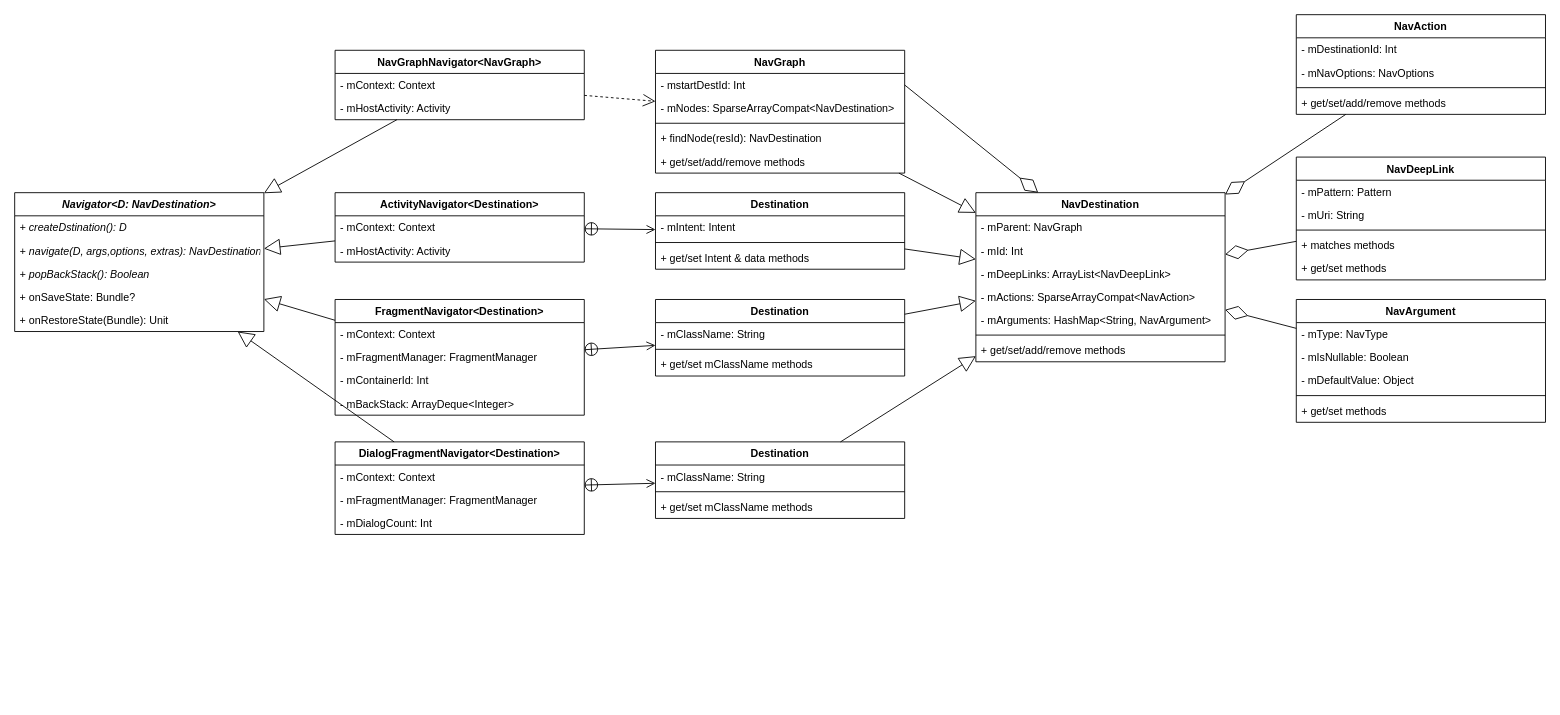
This is Navigation.drawio from Cmdone/Draw.io, a draw.io file, before an edit. Source tidied: cells renumbered, new cells numbered last; positions are measured from the earlier drawing's top-left corner, leaving out a move shared by most shapes. Both pictures are drawn from the tidied source at 89%, with x=0, y=0 at pixel (14, 14).
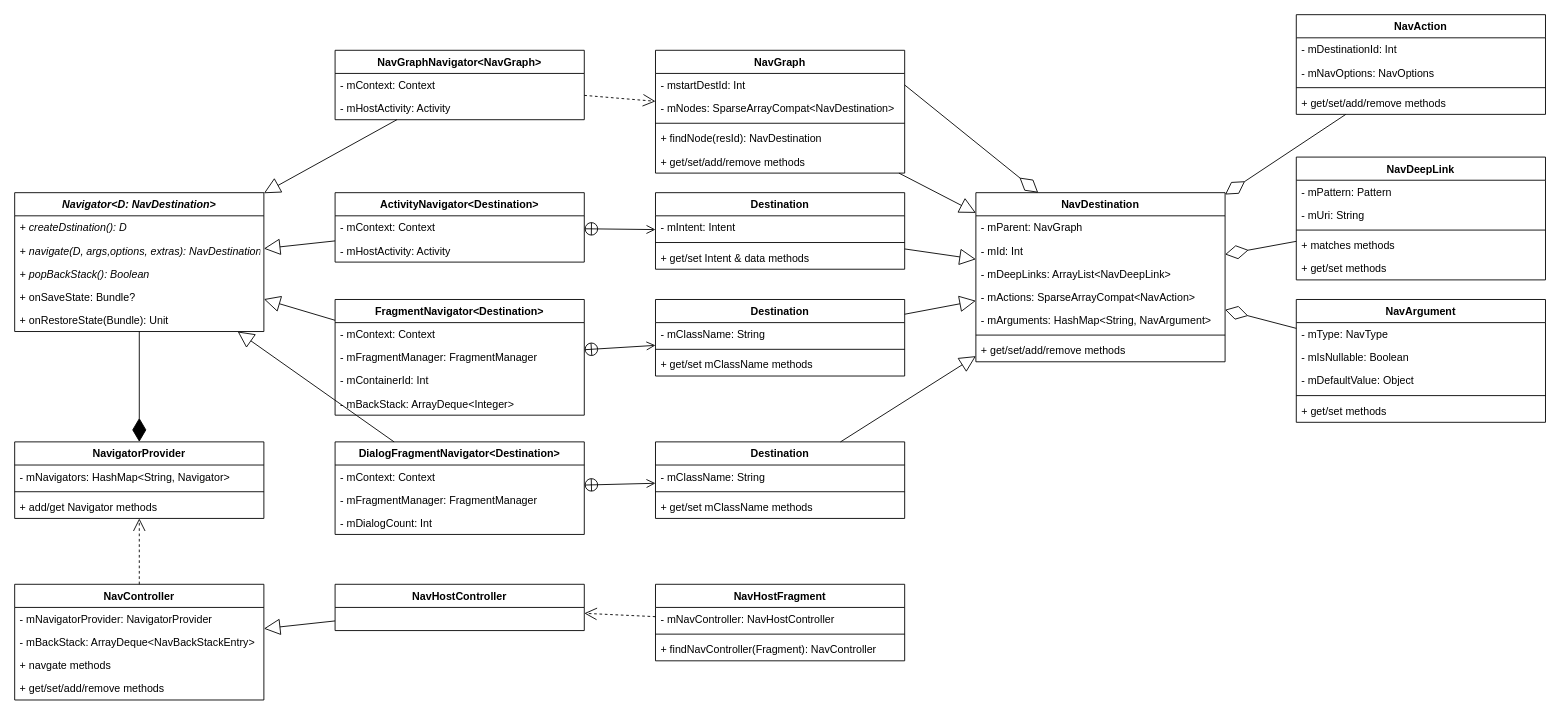
The same page after the edit.

The change refers to these unchanged cells:
```xml
<mxCell id="10" value="Navigator&lt;D: NavDestination&gt;" style="swimlane;fontStyle=3;align=center;verticalAlign=top;horizontal=1;startSize=26;" parent="1" vertex="1">
  <mxGeometry y="200" width="280" height="156" as="geometry" />
</mxCell>
```

Change to the diagram source:
```diff
@@
+    <mxCell id="82" value="NavigatorProvider" style="swimlane;fontStyle=1;align=center;verticalAlign=top;horizontal=1;startSize=26;" parent="1" vertex="1">
+      <mxGeometry y="480" width="280" height="86" as="geometry" />
+    </mxCell>
+    <mxCell id="83" value="- mNavigators: HashMap&lt;String, Navigator&gt;" style="text;strokeColor=none;fillColor=none;align=left;verticalAlign=top;spacingLeft=4;spacingRight=4;overflow=hidden;fontStyle=0;" parent="82" vertex="1">
+      <mxGeometry y="26" width="280" height="26" as="geometry" />
+    </mxCell>
+    <mxCell id="84" style="line;strokeWidth=1;fillColor=none;align=left;verticalAlign=middle;spacingTop=-1;spacingLeft=3;spacingRight=3;labelPosition=right;" parent="82" vertex="1">
+      <mxGeometry y="52" width="280" height="8" as="geometry" />
+    </mxCell>
+    <mxCell id="85" value="+ add/get Navigator methods" style="text;strokeColor=none;fillColor=none;align=left;verticalAlign=top;spacingLeft=4;spacingRight=4;overflow=hidden;fontStyle=0;" parent="82" vertex="1">
+      <mxGeometry y="60" width="280" height="26" as="geometry" />
+    </mxCell>
+    <mxCell id="86" style="endArrow=diamondThin;endFill=1;endSize=24;html=1;" parent="1" edge="1" source="10" target="82">
+      <mxGeometry relative="1" as="geometry" />
+    </mxCell>
+    <mxCell id="87" value="NavController" style="swimlane;fontStyle=1;align=center;verticalAlign=top;horizontal=1;startSize=26;" parent="1" vertex="1">
+      <mxGeometry y="640" width="280" height="130" as="geometry" />
+    </mxCell>
+    <mxCell id="88" value="- mNavigatorProvider: NavigatorProvider" style="text;strokeColor=none;fillColor=none;align=left;verticalAlign=top;spacingLeft=4;spacingRight=4;overflow=hidden;fontStyle=0;" parent="87" vertex="1">
+      <mxGeometry y="26" width="280" height="26" as="geometry" />
+    </mxCell>
+    <mxCell id="89" value="- mBackStack: ArrayDeque&lt;NavBackStackEntry&gt;" style="text;strokeColor=none;fillColor=none;align=left;verticalAlign=top;spacingLeft=4;spacingRight=4;overflow=hidden;fontStyle=0;" parent="87" vertex="1">
+      <mxGeometry y="52" width="280" height="26" as="geometry" />
+    </mxCell>
+    <mxCell id="90" value="+ navgate methods" style="text;strokeColor=none;fillColor=none;align=left;verticalAlign=top;spacingLeft=4;spacingRight=4;overflow=hidden;fontStyle=0;" parent="87" vertex="1">
+      <mxGeometry y="78" width="280" height="26" as="geometry" />
+    </mxCell>
+    <mxCell id="91" value="+ get/set/add/remove methods" style="text;strokeColor=none;fillColor=none;align=left;verticalAlign=top;spacingLeft=4;spacingRight=4;overflow=hidden;fontStyle=0;" parent="87" vertex="1">
+      <mxGeometry y="104" width="280" height="26" as="geometry" />
+    </mxCell>
+    <mxCell id="92" style="endArrow=open;endSize=12;dashed=1;html=1;" parent="1" edge="1" source="87" target="82">
+      <mxGeometry relative="1" as="geometry" />
+    </mxCell>
+    <mxCell id="93" value="NavHostController" style="swimlane;fontStyle=1;align=center;verticalAlign=top;horizontal=1;startSize=26;" parent="1" vertex="1">
+      <mxGeometry x="360" y="640" width="280" height="52" as="geometry" />
+    </mxCell>
+    <mxCell id="94" style="endArrow=block;endSize=16;endFill=0;html=1;" parent="1" edge="1" source="93" target="87">
+      <mxGeometry relative="1" as="geometry" />
+    </mxCell>
+    <mxCell id="95" value="NavHostFragment" style="swimlane;fontStyle=1;align=center;verticalAlign=top;horizontal=1;startSize=26;" parent="1" vertex="1">
+      <mxGeometry x="720" y="640" width="280" height="86" as="geometry" />
+    </mxCell>
+    <mxCell id="96" value="- mNavController: NavHostController" style="text;strokeColor=none;fillColor=none;align=left;verticalAlign=top;spacingLeft=4;spacingRight=4;overflow=hidden;fontStyle=0;" parent="95" vertex="1">
+      <mxGeometry y="26" width="280" height="26" as="geometry" />
+    </mxCell>
+    <mxCell id="97" style="line;strokeWidth=1;fillColor=none;align=left;verticalAlign=middle;spacingTop=-1;spacingLeft=3;spacingRight=3;labelPosition=right;" parent="95" vertex="1">
+      <mxGeometry y="52" width="280" height="8" as="geometry" />
+    </mxCell>
+    <mxCell id="98" value="+ findNavController(Fragment): NavController" style="text;strokeColor=none;fillColor=none;align=left;verticalAlign=top;spacingLeft=4;spacingRight=4;overflow=hidden;fontStyle=0;" parent="95" vertex="1">
+      <mxGeometry y="60" width="280" height="26" as="geometry" />
+    </mxCell>
+    <mxCell id="99" style="endArrow=open;endSize=12;dashed=1;html=1;" parent="1" edge="1" source="95" target="93">
+      <mxGeometry relative="1" as="geometry" />
+    </mxCell>
```
